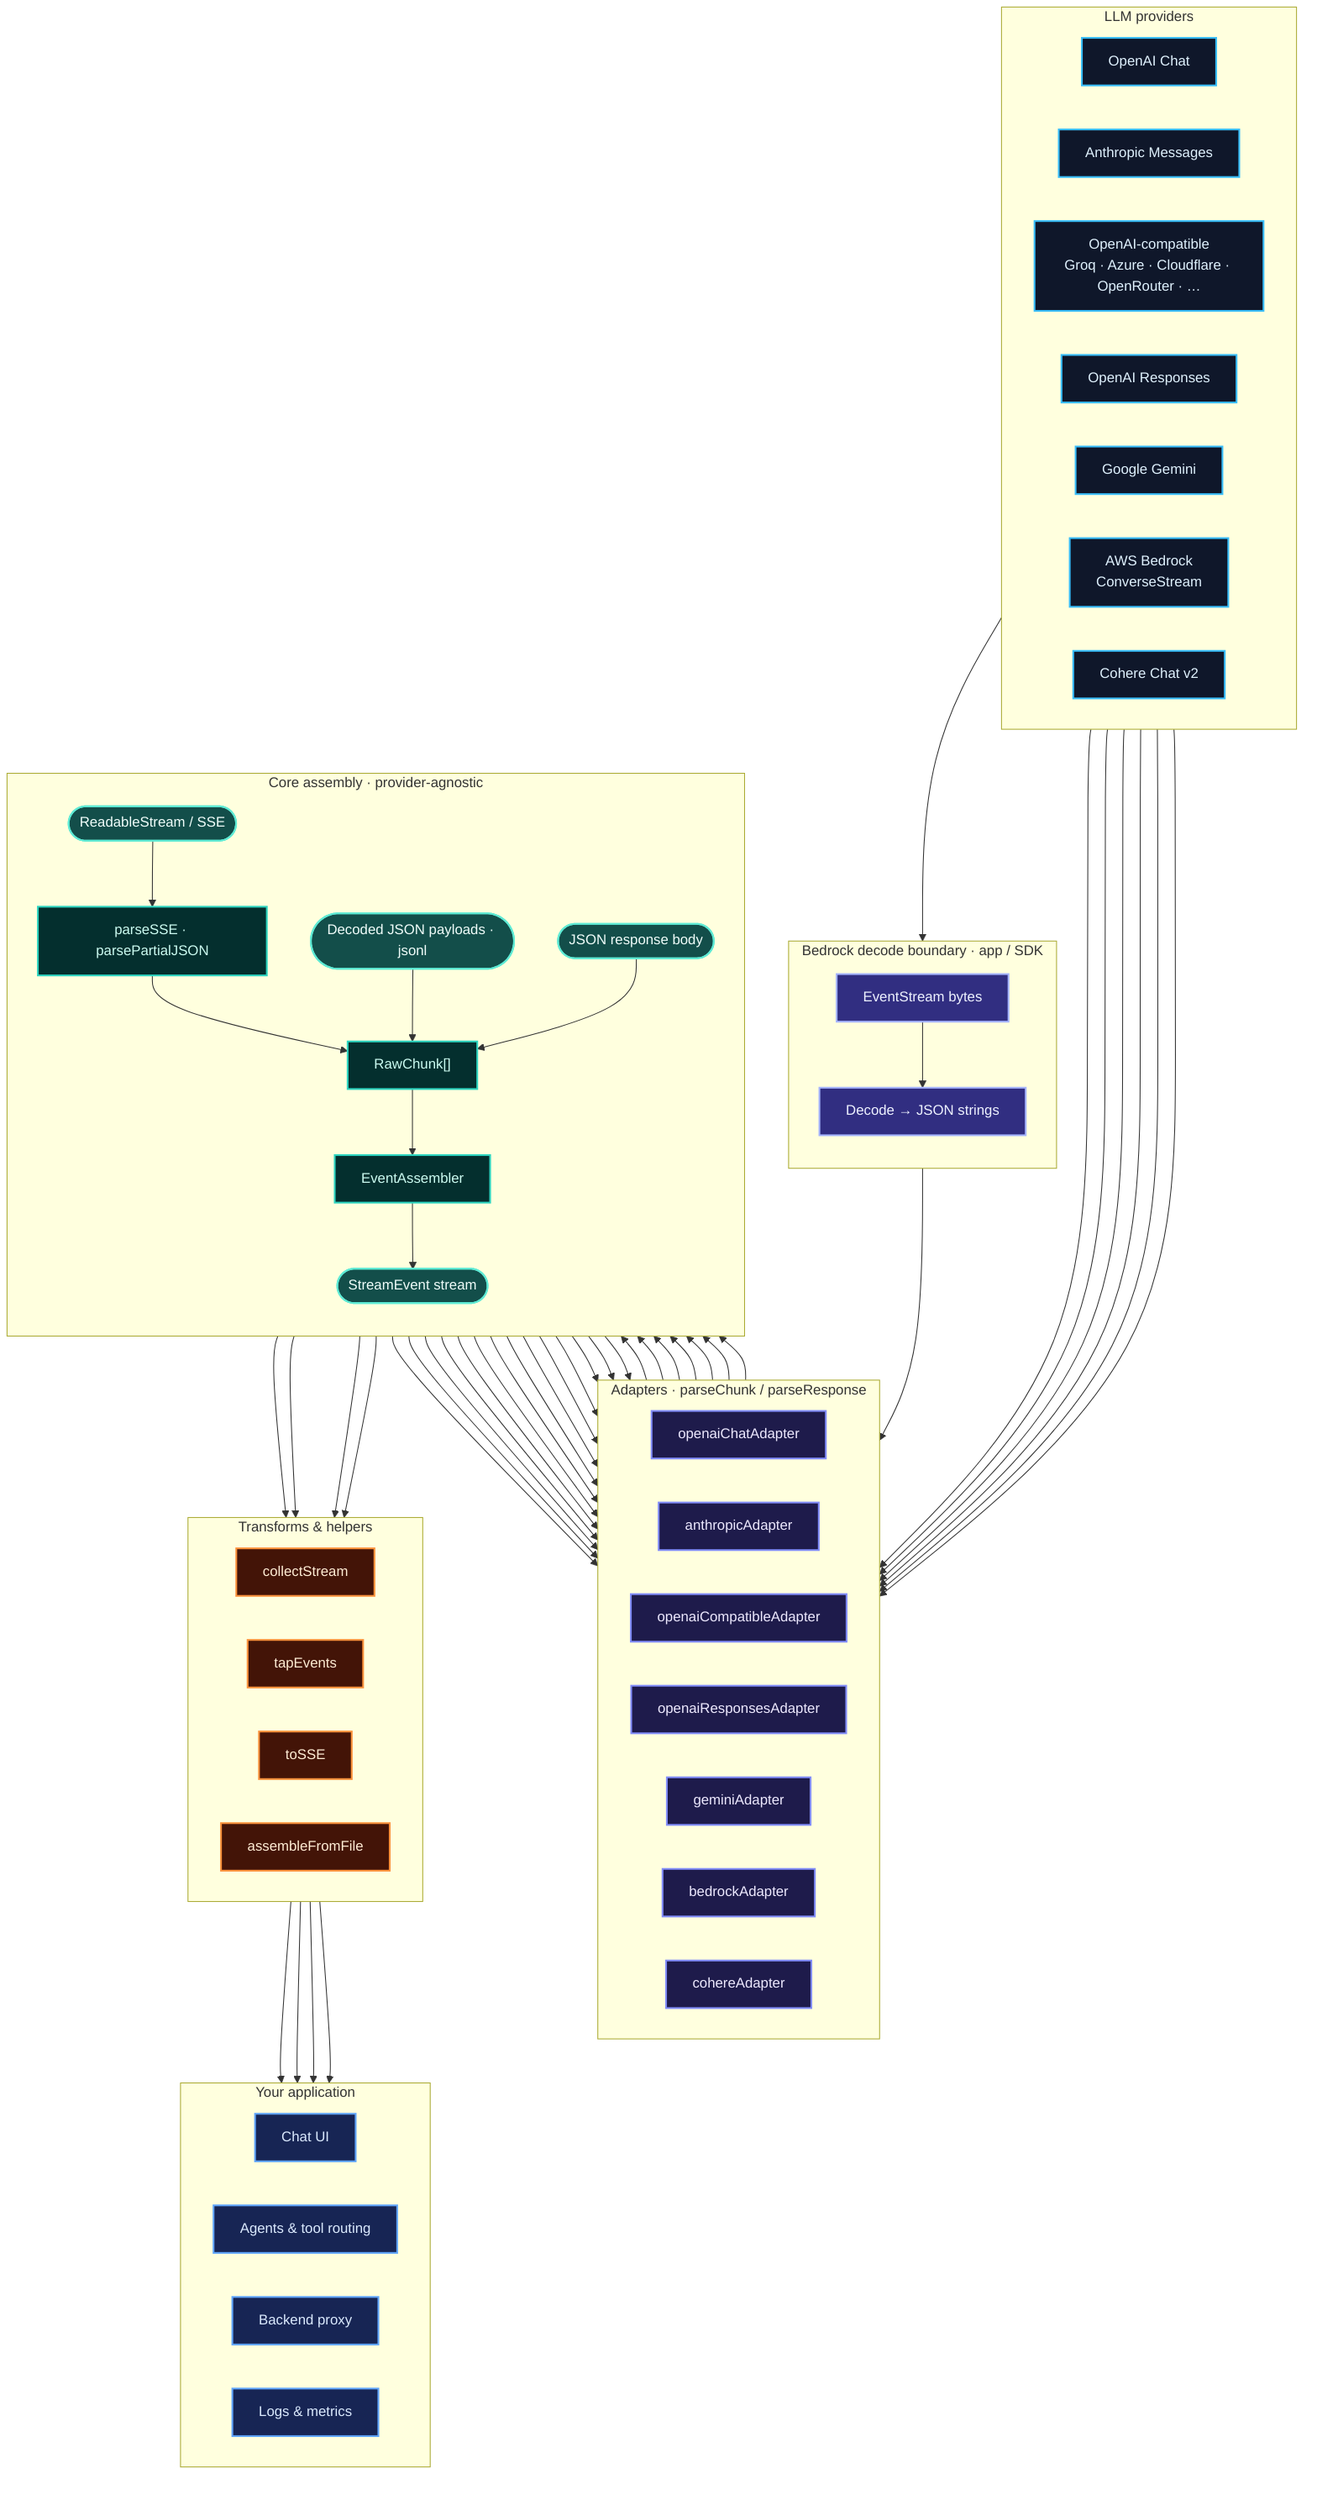
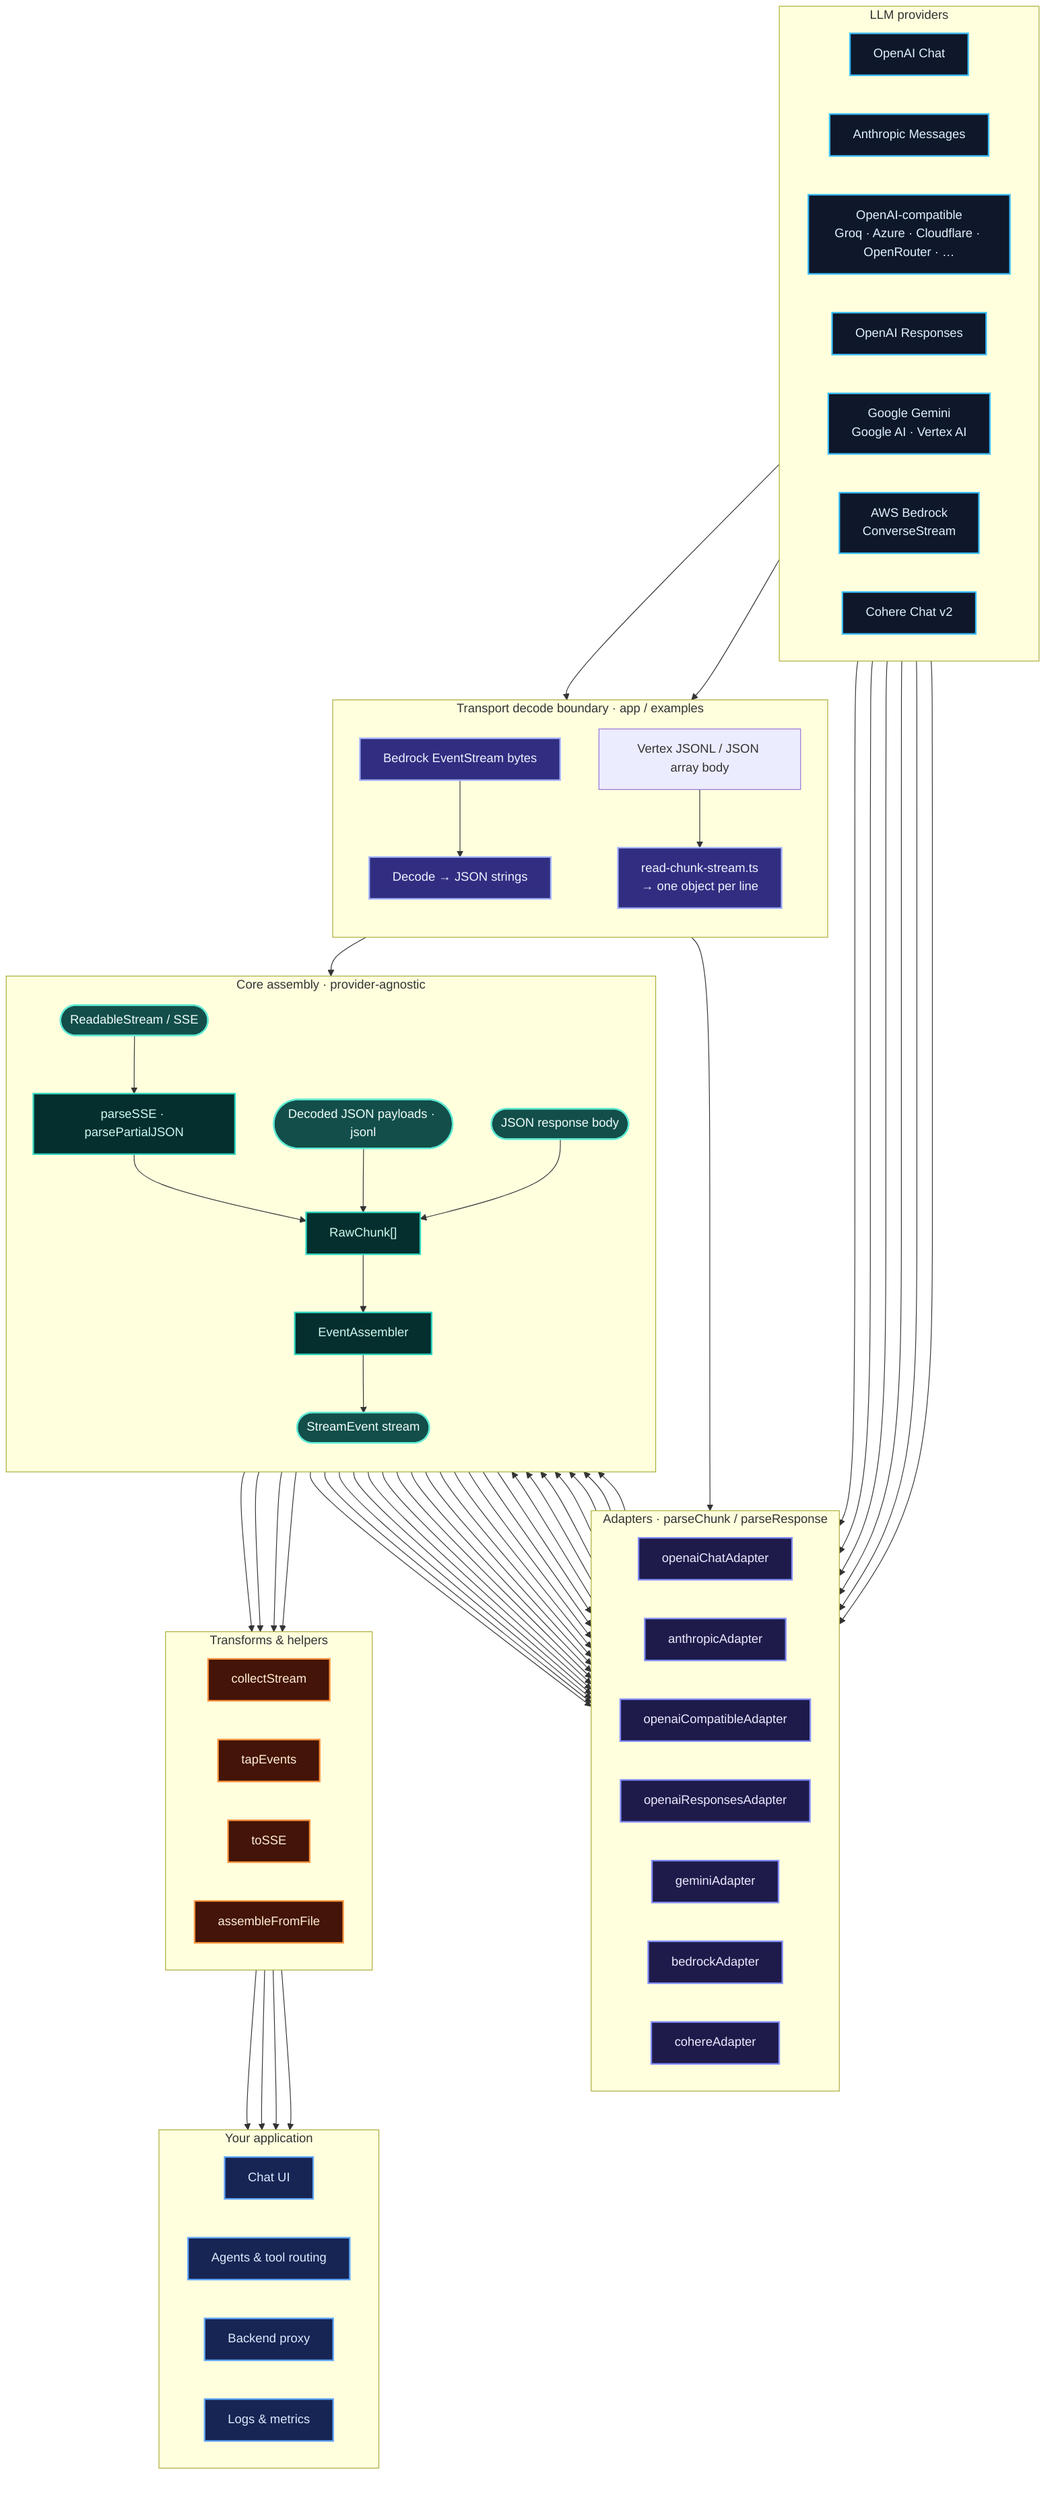
flowchart TB
	subgraph PROVIDERS["LLM providers"]
		direction LR
		PC["OpenAI Chat"]
		PA["Anthropic Messages"]
		PO["OpenAI-compatible<br/>Groq · Azure · Cloudflare · OpenRouter · …"]
		PR["OpenAI Responses"]
- 		PG["Google Gemini"]
+ 		PG["Google Gemini<br/>Google AI · Vertex AI"]
		PB["AWS Bedrock<br/>ConverseStream"]
		PCO["Cohere Chat v2"]
	end

	subgraph ADAPTERS["Adapters · parseChunk / parseResponse"]
		direction LR
		AC["openaiChatAdapter"]
		AA["anthropicAdapter"]
		AO["openaiCompatibleAdapter"]
		AR["openaiResponsesAdapter"]
		AG["geminiAdapter"]
		AB["bedrockAdapter"]
		ACO["cohereAdapter"]
	end

- 	subgraph DECODE["Bedrock decode boundary · app / SDK"]
+ 	subgraph DECODE["Transport decode boundary · app / examples"]
		direction TB
- 		ES["EventStream bytes"]
+ 		ES["Bedrock EventStream bytes"]
+ 		VX["Vertex JSONL / JSON array body"]
		DEC["Decode → JSON strings"]
+ 		VSPLIT["read-chunk-stream.ts<br/>→ one object per line"]
		ES --> DEC
+ 		VX --> VSPLIT
	end

	subgraph CORE["Core assembly · provider-agnostic"]
		direction TB
		STREAM(["ReadableStream / SSE"])
		JSON(["JSON response body"])
		PAYLOADS(["Decoded JSON payloads · jsonl"])
		PARSE["parseSSE · parsePartialJSON"]
		RAW["RawChunk[]"]
		ASM["EventAssembler"]
		EVENTS(["StreamEvent stream"])
		STREAM --> PARSE --> RAW --> ASM --> EVENTS
		PAYLOADS --> RAW
		JSON --> RAW
	end

	subgraph TRANSFORMS["Transforms & helpers"]
		direction LR
		COL["collectStream"]
		TAP["tapEvents"]
		SSEOUT["toSSE"]
		REPLAY["assembleFromFile"]
	end

	subgraph APPS["Your application"]
		direction LR
		UI["Chat UI"]
		AGENT["Agents & tool routing"]
		PROXY["Backend proxy"]
		OBS["Logs & metrics"]
	end

	PC --> AC
	PA --> AA
	PO --> AO
	PR --> AR
	PG --> AG
+ 	PG --> VX
	PB --> ES
	DEC --> AB
+ 	VSPLIT --> PAYLOADS
	PCO --> ACO
	PARSE --> AC
	PARSE --> AA
	PARSE --> AO
	PARSE --> AR
	PARSE --> AG
	PARSE --> ACO
	PAYLOADS --> AB
	AC --> RAW
	AA --> RAW
	AO --> RAW
	AR --> RAW
	AG --> RAW
	AB --> RAW
	ACO --> RAW
	JSON --> AC
	JSON --> AA
	JSON --> AO
	JSON --> AR
	JSON --> AG
	JSON --> AB
	JSON --> ACO
	EVENTS --> COL
	EVENTS --> TAP
	EVENTS --> SSEOUT
	EVENTS --> REPLAY
	COL --> UI
	COL --> AGENT
	SSEOUT --> PROXY
	TAP --> OBS

	classDef provider fill:#0f172a,stroke:#38bdf8,stroke-width:2px,color:#e0f2fe
	classDef adapter fill:#1e1b4b,stroke:#818cf8,stroke-width:2px,color:#ede9fe
	classDef decode fill:#312e81,stroke:#a5b4fc,stroke-width:2px,color:#eef2ff
	classDef core fill:#042f2e,stroke:#2dd4bf,stroke-width:2px,color:#ccfbf1
	classDef io fill:#134e4a,stroke:#5eead4,stroke-width:2px,color:#f0fdfa
	classDef transform fill:#431407,stroke:#fb923c,stroke-width:2px,color:#ffedd5
	classDef app fill:#172554,stroke:#60a5fa,stroke-width:2px,color:#dbeafe

	class PC,PA,PO,PR,PG,PB,PCO provider
	class AC,AA,AO,AR,AG,AB,ACO adapter
- 	class ES,DEC decode
+ 	class ES,DEC,VSPLIT decode
	class PARSE,RAW,ASM core
	class STREAM,JSON,PAYLOADS,EVENTS io
	class COL,TAP,SSEOUT,REPLAY transform
	class UI,AGENT,PROXY,OBS app
